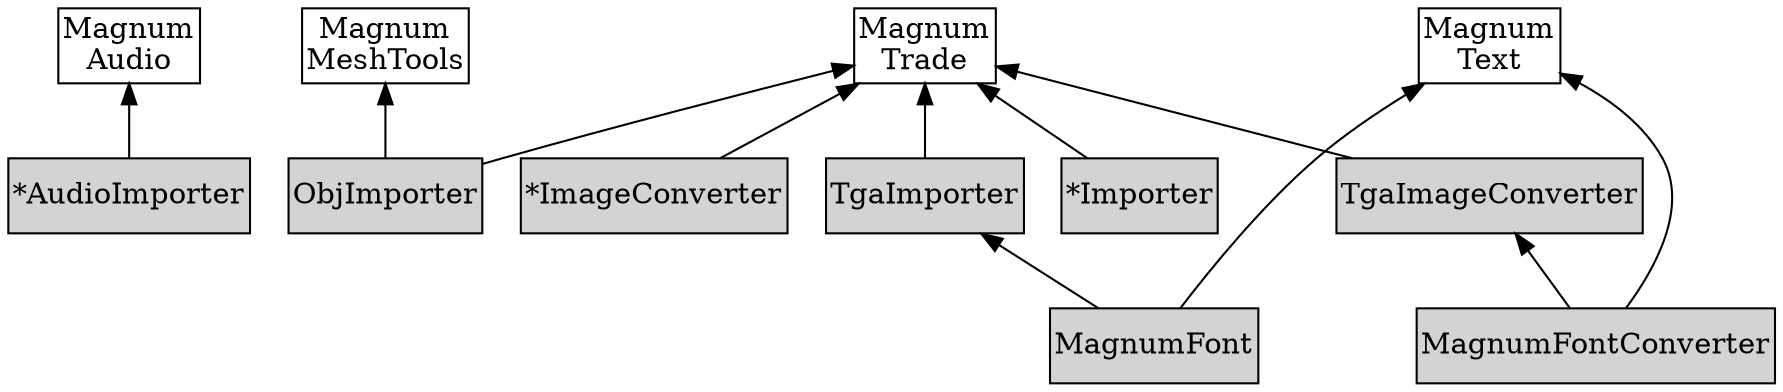
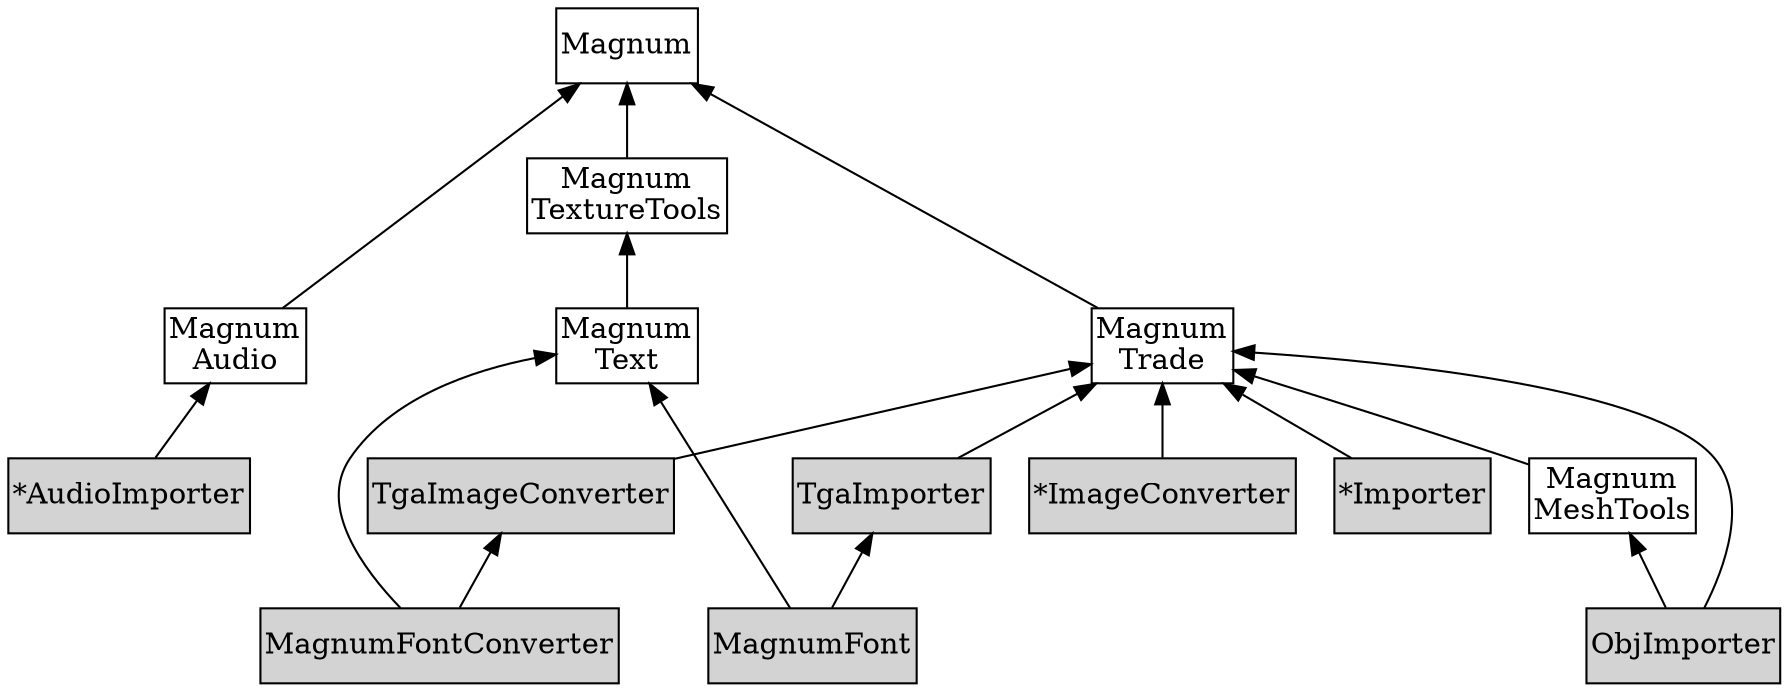
/*
    This file is part of Magnum.

    Copyright © 2010, 2011, 2012, 2013, 2014, 2015, 2016, 2017, 2018, 2019,
                2020, 2021, 2022, 2023, 2024, 2025, 2026
              Vladimír Vondruš <mosra@centrum.cz>

    Permission is hereby granted, free of charge, to any person obtaining a
    copy of this software and associated documentation files (the "Software"),
    to deal in the Software without restriction, including without limitation
    the rights to use, copy, modify, merge, publish, distribute, sublicense,
    and/or sell copies of the Software, and to permit persons to whom the
    Software is furnished to do so, subject to the following conditions:

    The above copyright notice and this permission notice shall be included
    in all copies or substantial portions of the Software.

    THE SOFTWARE IS PROVIDED "AS IS", WITHOUT WARRANTY OF ANY KIND, EXPRESS OR
    IMPLIED, INCLUDING BUT NOT LIMITED TO THE WARRANTIES OF MERCHANTABILITY,
    FITNESS FOR A PARTICULAR PURPOSE AND NONINFRINGEMENT. IN NO EVENT SHALL
    THE AUTHORS OR COPYRIGHT HOLDERS BE LIABLE FOR ANY CLAIM, DAMAGES OR OTHER
    LIABILITY, WHETHER IN AN ACTION OF CONTRACT, TORT OR OTHERWISE, ARISING
    FROM, OUT OF OR IN CONNECTION WITH THE SOFTWARE OR THE USE OR OTHER
    DEALINGS IN THE SOFTWARE.
*/

digraph "Magnum plugin dependency order" {
    rankdir=BT
    ranksep=0.5
    node [style=filled shape=rect margin="0.03,0.03"]

+     Magnum [style=solid class="m-primary"]
    MagnumAudio [style=solid label="Magnum\nAudio" class="m-info"]
    MagnumMeshTools [style=solid label="Magnum\nMeshTools" class="m-info"]
    MagnumText [style=solid label="Magnum\nText" class="m-info"]
+     MagnumTextureTools [style=solid label="Magnum\nTextureTools" class="m-info"]
    MagnumTrade [style=solid label="Magnum\nTrade" class="m-info"]

-     {rank=same MagnumAudio MagnumMeshTools MagnumText MagnumTrade}
+     {rank=same MagnumAudio MagnumText MagnumTrade}

    AudioImporter [label="*AudioImporter" class="m-success"]
    ImageConverter [label="*ImageConverter" class="m-success"]
    Importer [label="*Importer" class="m-success"]
    MagnumFont [class="m-dim"]
    MagnumFontConverter [class="m-dim"]
    ObjImporter [class="m-success"]
    TgaImageConverter [class="m-success"]
    TgaImporter [class="m-success"]
+ 
+     MagnumAudio -> Magnum [class="m-info"]
+     MagnumTrade -> Magnum [class="m-info"]
+     MagnumText -> MagnumTextureTools [class="m-info"]
+     MagnumTextureTools -> Magnum [class="m-info"]
+     MagnumMeshTools -> MagnumTrade [class="m-info"]

    AudioImporter -> MagnumAudio
    ImageConverter -> MagnumTrade
    Importer -> MagnumTrade
    MagnumFont -> MagnumText [class="m-dim"]
    MagnumFont -> TgaImporter [class="m-dim"]
    MagnumFontConverter -> MagnumText [class="m-dim"]
    MagnumFontConverter -> TgaImageConverter [class="m-dim"]
    ObjImporter -> MagnumTrade
    ObjImporter -> MagnumMeshTools
    TgaImageConverter -> MagnumTrade
    TgaImporter -> MagnumTrade
}
